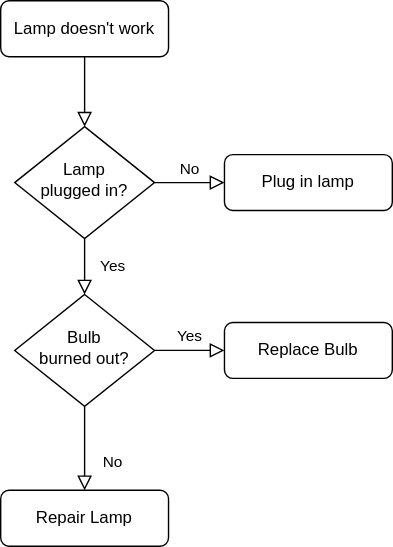
This is Untitled Diagram.drawio.svg from Tumao727/insomnia, a draw.io export, as it was before one commit. Source tidied: cells renumbered, new cells last; positions are measured from the earlier drawing's top-left corner, leaving out a move shared by most shapes.
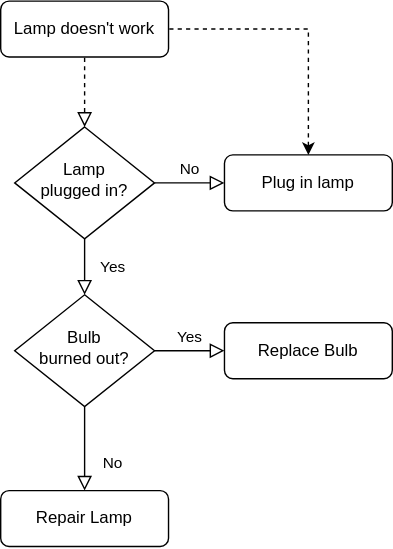
After the commit.

The edit, as a diff of the source:
```diff
@@ -2,9 +2,12 @@
   <root>
     <mxCell id="0" />
     <mxCell id="1" parent="0" />
-    <mxCell id="2" style="rounded=0;html=1;jettySize=auto;fontSize=11;endArrow=block;endFill=0;endSize=8;strokeWidth=1;shadow=0;labelBackgroundColor=none;edgeStyle=orthogonalEdgeStyle;" parent="1" edge="1" source="3" target="6">
+    <mxCell id="2" style="rounded=0;html=1;jettySize=auto;fontSize=11;endArrow=block;endFill=0;endSize=8;strokeWidth=1;shadow=0;labelBackgroundColor=none;edgeStyle=orthogonalEdgeStyle;dashed=1;flowAnimation=1;" parent="1" edge="1" source="3" target="6">
       <mxGeometry relative="1" as="geometry" />
     </mxCell>
+    <mxCell id="13" style="edgeStyle=orthogonalEdgeStyle;rounded=0;jettySize=auto;html=1;exitX=1;exitY=0.5;exitDx=0;exitDy=0;dashed=1;flowAnimation=1;" parent="1" edge="1" source="3" target="7">
+      <mxGeometry relative="1" as="geometry" />
+    </mxCell>
     <mxCell id="3" value="Lamp doesn't work" style="rounded=1;whiteSpace=wrap;html=1;fontSize=12;glass=0;strokeWidth=1;shadow=0;" parent="1" vertex="1">
       <mxGeometry width="120" height="40" as="geometry" />
     </mxCell>
```
